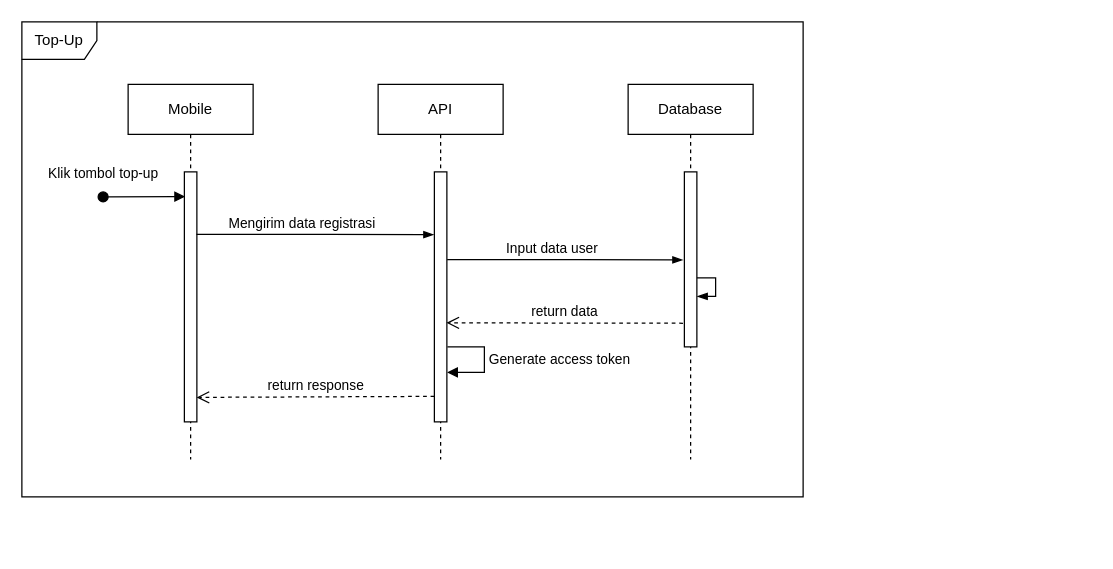
The draw.io diagram page "Top-Up" (3 of 5) of requirements/Sequence Diagram.drawio in foxxxesky/Final-Projects-Backend-OVO, before the edit. Source tidied: cells renumbered, new cells numbered last; positions are measured from the earlier drawing's top-left corner, leaving out a move shared by most shapes. Both pictures are drawn from the tidied source at 125%, with x=0, y=0 at pixel (21, 21).
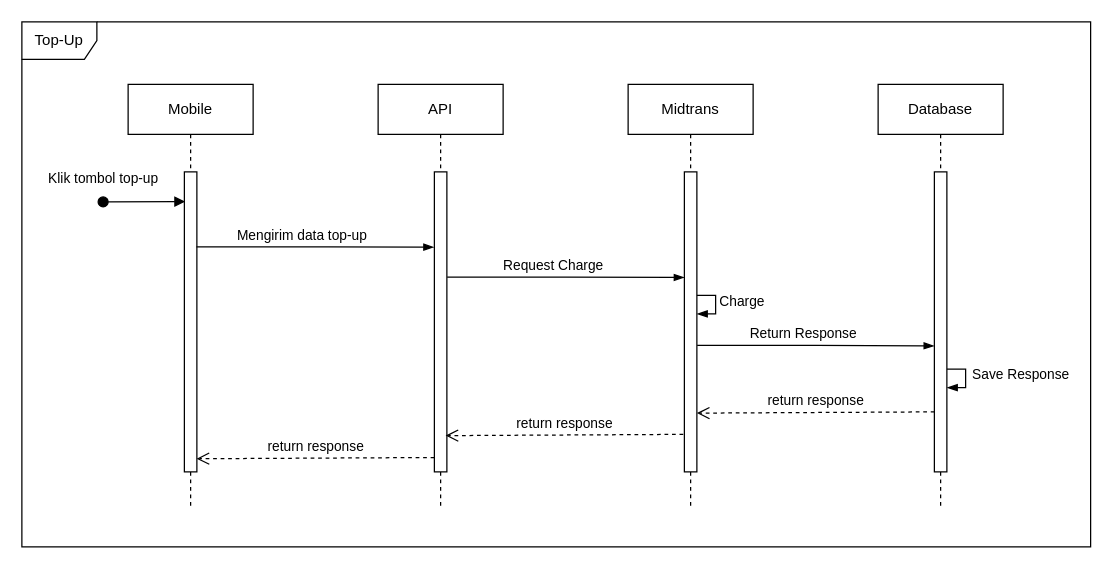
The same page after the edit.

Commit message (it also covers changes not shown here):
update sequence diagram

Unchanged cells that the change refers to:
```xml
<mxCell id="12" style="edgeStyle=elbowEdgeStyle;fontSize=12;html=1;endArrow=blockThin;endFill=1;exitX=0.967;exitY=0.25;exitDx=0;exitDy=0;exitPerimeter=0;entryX=-0.035;entryY=0.251;entryDx=0;entryDy=0;entryPerimeter=0;" parent="1" edge="1" source="4" target="6">
  <mxGeometry relative="1" as="geometry" />
</mxCell>
```

The edit, as a diff of the source:
```diff
@@
     <mxCell id="2" value="Top-Up" style="shape=umlFrame;whiteSpace=wrap;html=1;" parent="1" vertex="1">
-      <mxGeometry width="625" height="380" as="geometry" />
+      <mxGeometry width="855" height="420" as="geometry" />
     </mxCell>
     <mxCell id="3" value="Mobile" style="shape=umlLifeline;perimeter=lifelinePerimeter;whiteSpace=wrap;html=1;" parent="1" vertex="1">
-      <mxGeometry x="85" y="50" width="100" height="300" as="geometry" />
+      <mxGeometry x="85" y="50" width="100" height="340" as="geometry" />
     </mxCell>
     <mxCell id="4" style="html=1;points=[];perimeter=orthogonalPerimeter;" parent="3" vertex="1">
-      <mxGeometry x="45" y="70" width="10" height="200" as="geometry" />
+      <mxGeometry x="45" y="70" width="10" height="240" as="geometry" />
     </mxCell>
     <mxCell id="5" value="API" style="shape=umlLifeline;perimeter=lifelinePerimeter;whiteSpace=wrap;html=1;" parent="1" vertex="1">
-      <mxGeometry x="285" y="50" width="100" height="300" as="geometry" />
+      <mxGeometry x="285" y="50" width="100" height="340" as="geometry" />
     </mxCell>
     <mxCell id="6" style="html=1;points=[];perimeter=orthogonalPerimeter;" parent="5" vertex="1">
-      <mxGeometry x="45" y="70" width="10" height="200" as="geometry" />
+      <mxGeometry x="45" y="70" width="10" height="240" as="geometry" />
     </mxCell>
-    <mxCell id="7" value="Generate access token" style="edgeStyle=orthogonalEdgeStyle;html=1;align=left;spacingLeft=2;endArrow=block;rounded=0;entryX=1.027;entryY=0.802;exitX=1.042;exitY=0.7;exitDx=0;exitDy=0;exitPerimeter=0;entryDx=0;entryDy=0;entryPerimeter=0;" parent="5" edge="1" source="6" target="6">
-      <mxGeometry relative="1" as="geometry">
-        <Array as="points">
-          <mxPoint x="85" y="210" />
-          <mxPoint x="85" y="230" />
-        </Array>
-      </mxGeometry>
-    </mxCell>
-    <mxCell id="8" value="Database" style="shape=umlLifeline;perimeter=lifelinePerimeter;whiteSpace=wrap;html=1;" parent="1" vertex="1">
-      <mxGeometry x="485" y="50" width="100" height="300" as="geometry" />
+    <mxCell id="8" value="Midtrans" style="shape=umlLifeline;perimeter=lifelinePerimeter;whiteSpace=wrap;html=1;" parent="1" vertex="1">
+      <mxGeometry x="485" y="50" width="100" height="340" as="geometry" />
     </mxCell>
     <mxCell id="9" style="html=1;points=[];perimeter=orthogonalPerimeter;" parent="8" vertex="1">
-      <mxGeometry x="45" y="70" width="10" height="140" as="geometry" />
+      <mxGeometry x="45" y="70" width="10" height="240" as="geometry" />
     </mxCell>
     <mxCell id="10" style="edgeStyle=elbowEdgeStyle;fontSize=12;html=1;endArrow=blockThin;endFill=1;entryX=1.02;entryY=0.676;entryDx=0;entryDy=0;entryPerimeter=0;rounded=0;" parent="8" edge="1">
       <mxGeometry relative="1" as="geometry">
-        <mxPoint x="55" y="154.8" as="sourcePoint" />
-        <mxPoint x="55.2" y="169.6" as="targetPoint" />
+        <mxPoint x="55" y="168.8" as="sourcePoint" />
+        <mxPoint x="55.2" y="183.6" as="targetPoint" />
         <Array as="points">
-          <mxPoint x="70" y="165" />
+          <mxPoint x="70" y="179" />
         </Array>
       </mxGeometry>
     </mxCell>
+    <mxCell id="18" value="Charge" style="edgeLabel;html=1;align=center;verticalAlign=middle;" parent="10" vertex="1">
+      <mxGeometry x="-0.12" relative="1" as="geometry">
+        <mxPoint x="20" as="offset" />
+      </mxGeometry>
+    </mxCell>
     <mxCell id="11" value="Klik tombol top-up" style="html=1;verticalAlign=bottom;startArrow=oval;startFill=1;endArrow=block;startSize=8;entryX=0.052;entryY=0.099;entryDx=0;entryDy=0;entryPerimeter=0;" parent="1" edge="1" target="4">
       <mxGeometry x="-1" y="10" relative="1" as="geometry">
-        <mxPoint x="65" y="140" as="sourcePoint" />
+        <mxPoint x="65" y="144" as="sourcePoint" />
       </mxGeometry>
     </mxCell>
@@
-    <mxCell id="13" value="Mengirim data registrasi" style="edgeLabel;html=1;align=center;verticalAlign=middle;" parent="12" vertex="1">
+    <mxCell id="13" value="Mengirim data top-up" style="edgeLabel;html=1;align=center;verticalAlign=middle;" parent="12" vertex="1">
       <mxGeometry x="-0.12" relative="1" as="geometry">
         <mxPoint y="-10" as="offset" />
       </mxGeometry>
     </mxCell>
-    <mxCell id="14" style="edgeStyle=elbowEdgeStyle;fontSize=12;html=1;endArrow=blockThin;endFill=1;exitX=1.021;exitY=0.351;exitDx=0;exitDy=0;exitPerimeter=0;entryX=-0.113;entryY=0.503;entryDx=0;entryDy=0;entryPerimeter=0;" parent="1" edge="1" source="6" target="9">
+    <mxCell id="14" style="edgeStyle=elbowEdgeStyle;fontSize=12;html=1;endArrow=blockThin;endFill=1;exitX=1.021;exitY=0.351;exitDx=0;exitDy=0;exitPerimeter=0;entryX=0.004;entryY=0.352;entryDx=0;entryDy=0;entryPerimeter=0;rounded=0;" parent="1" edge="1" source="6" target="9">
       <mxGeometry relative="1" as="geometry" />
     </mxCell>
-    <mxCell id="15" value="Input data user" style="edgeLabel;html=1;align=center;verticalAlign=middle;" parent="14" vertex="1">
+    <mxCell id="15" value="Request Charge" style="edgeLabel;html=1;align=center;verticalAlign=middle;" parent="14" vertex="1">
       <mxGeometry x="-0.12" relative="1" as="geometry">
         <mxPoint y="-10" as="offset" />
       </mxGeometry>
     </mxCell>
-    <mxCell id="16" value="return data" style="html=1;verticalAlign=bottom;endArrow=open;dashed=1;endSize=8;exitX=-0.113;exitY=0.865;exitDx=0;exitDy=0;exitPerimeter=0;entryX=0.967;entryY=0.604;entryDx=0;entryDy=0;entryPerimeter=0;" parent="1" edge="1" source="9" target="6">
-      <mxGeometry relative="1" as="geometry" />
-    </mxCell>
-    <mxCell id="17" value="return response" style="html=1;verticalAlign=bottom;endArrow=open;dashed=1;endSize=8;exitX=-0.004;exitY=0.898;exitDx=0;exitDy=0;exitPerimeter=0;entryX=0.981;entryY=0.902;entryDx=0;entryDy=0;entryPerimeter=0;" parent="1" edge="1" source="6" target="4">
-      <mxGeometry relative="1" as="geometry" />
+    <mxCell id="17" value="return response" style="html=1;verticalAlign=bottom;endArrow=open;dashed=1;endSize=8;exitX=-0.004;exitY=0.898;exitDx=0;exitDy=0;exitPerimeter=0;entryX=0.981;entryY=0.902;entryDx=0;entryDy=0;entryPerimeter=0;" parent="1" edge="1">
+      <mxGeometry relative="1" as="geometry">
+        <mxPoint x="330" y="348.5" as="sourcePoint" />
+        <mxPoint x="139.8" y="349.5" as="targetPoint" />
+      </mxGeometry>
     </mxCell>
+    <mxCell id="19" value="Database" style="shape=umlLifeline;perimeter=lifelinePerimeter;whiteSpace=wrap;html=1;" parent="1" vertex="1">
+      <mxGeometry x="685" y="50" width="100" height="340" as="geometry" />
+    </mxCell>
+    <mxCell id="20" style="html=1;perimeter=orthogonalPerimeter;" parent="19" vertex="1">
+      <mxGeometry x="45" y="70" width="10" height="240" as="geometry" />
+    </mxCell>
+    <mxCell id="21" style="edgeStyle=elbowEdgeStyle;fontSize=12;html=1;endArrow=blockThin;endFill=1;entryX=1.02;entryY=0.676;entryDx=0;entryDy=0;entryPerimeter=0;rounded=0;" parent="19" edge="1">
+      <mxGeometry relative="1" as="geometry">
+        <mxPoint x="55" y="227.8" as="sourcePoint" />
+        <mxPoint x="55.2" y="242.6" as="targetPoint" />
+        <Array as="points">
+          <mxPoint x="70" y="238" />
+        </Array>
+      </mxGeometry>
+    </mxCell>
+    <mxCell id="22" value="Save Response" style="edgeLabel;html=1;align=center;verticalAlign=middle;" parent="21" vertex="1">
+      <mxGeometry x="-0.13" relative="1" as="geometry">
+        <mxPoint x="43" as="offset" />
+      </mxGeometry>
+    </mxCell>
+    <mxCell id="23" style="edgeStyle=elbowEdgeStyle;fontSize=12;html=1;endArrow=blockThin;endFill=1;entryX=-0.01;entryY=0.651;entryDx=0;entryDy=0;entryPerimeter=0;rounded=0;exitX=1.023;exitY=0.649;exitDx=0;exitDy=0;exitPerimeter=0;" parent="1" edge="1">
+      <mxGeometry relative="1" as="geometry">
+        <mxPoint x="540.2" y="258.8" as="sourcePoint" />
+        <mxPoint x="729.9" y="259.2" as="targetPoint" />
+      </mxGeometry>
+    </mxCell>
+    <mxCell id="24" value="Return Response" style="edgeLabel;html=1;align=center;verticalAlign=middle;" parent="23" vertex="1">
+      <mxGeometry x="-0.12" relative="1" as="geometry">
+        <mxPoint y="-10" as="offset" />
+      </mxGeometry>
+    </mxCell>
+    <mxCell id="25" value="return response" style="html=1;verticalAlign=bottom;endArrow=open;dashed=1;endSize=8;exitX=-0.004;exitY=0.898;exitDx=0;exitDy=0;exitPerimeter=0;entryX=0.981;entryY=0.902;entryDx=0;entryDy=0;entryPerimeter=0;" parent="1" edge="1">
+      <mxGeometry relative="1" as="geometry">
+        <mxPoint x="730.1" y="312" as="sourcePoint" />
+        <mxPoint x="540" y="313" as="targetPoint" />
+      </mxGeometry>
+    </mxCell>
+    <mxCell id="26" value="return response" style="html=1;verticalAlign=bottom;endArrow=open;dashed=1;endSize=8;exitX=-0.004;exitY=0.898;exitDx=0;exitDy=0;exitPerimeter=0;entryX=0.981;entryY=0.902;entryDx=0;entryDy=0;entryPerimeter=0;" parent="1" edge="1">
+      <mxGeometry relative="1" as="geometry">
+        <mxPoint x="529.1" y="330" as="sourcePoint" />
+        <mxPoint x="339" y="331" as="targetPoint" />
+      </mxGeometry>
+    </mxCell>
```
